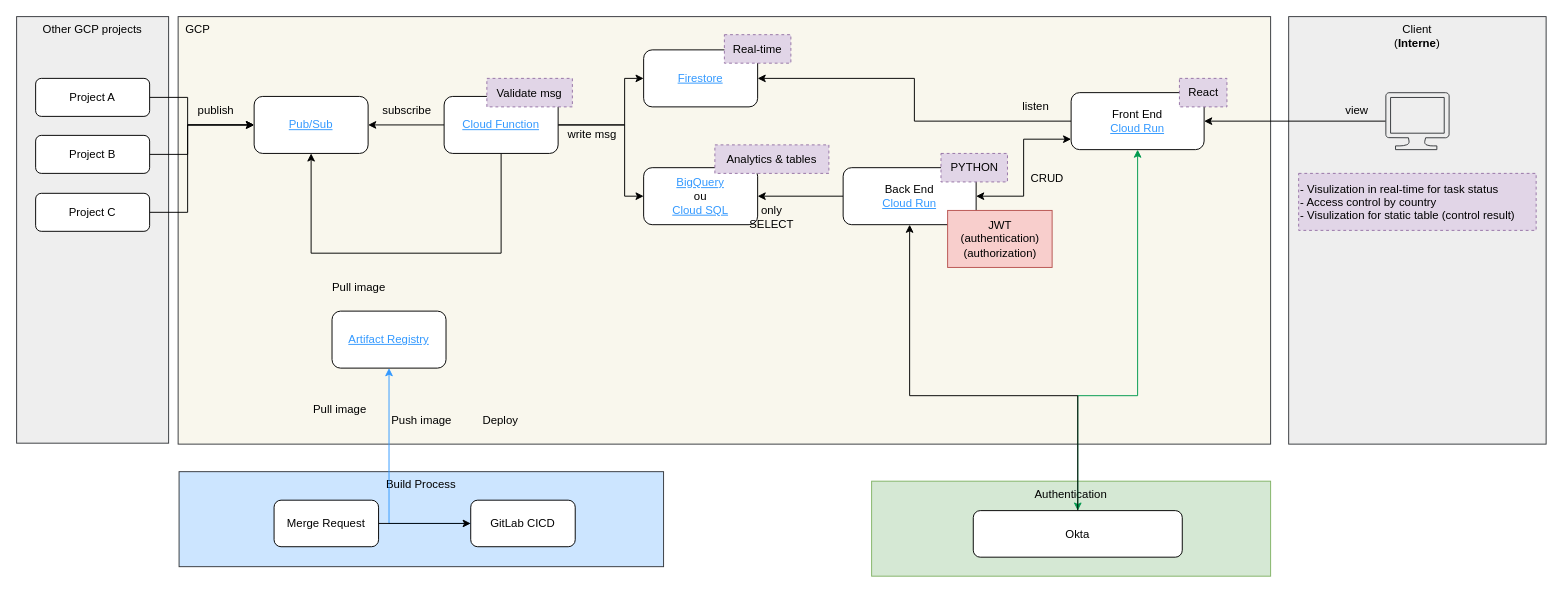
The draw.io diagram suivi_run.drawio in wunyu/drawio, before the edit. Source tidied: cells renumbered, new cells numbered last; positions are measured from the earlier drawing's top-left corner, leaving out a move shared by most shapes. Both pictures are drawn from the tidied source at 95%, with x=0, y=0 at pixel (16, 16).
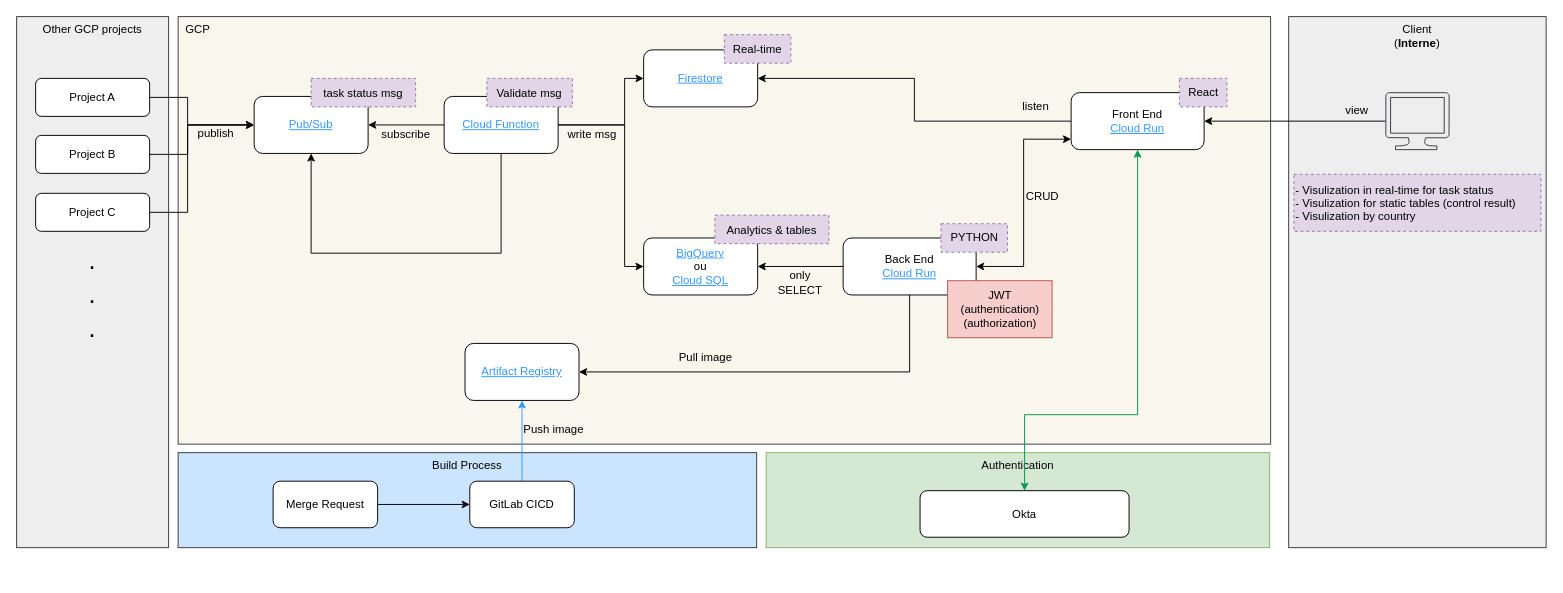
Above is the later version.

Unchanged cells that the change refers to:
```xml
<mxCell id="6" value="Front End&lt;div&gt;&lt;font style=&quot;color: rgb(51, 153, 255);&quot;&gt;&lt;u&gt;Cloud Run&lt;/u&gt;&lt;/font&gt;&lt;/div&gt;" style="rounded=1;whiteSpace=wrap;html=1;" parent="1" vertex="1">
  <mxGeometry x="1110" y="80" width="140" height="60" as="geometry" />
</mxCell>
<mxCell id="33" value="&lt;font color=&quot;#3399ff&quot;&gt;&lt;u&gt;Cloud Function&lt;/u&gt;&lt;/font&gt;" style="rounded=1;whiteSpace=wrap;html=1;" parent="1" vertex="1">
  <mxGeometry x="450" y="84" width="120" height="60" as="geometry" />
</mxCell>
```

The edit, as a diff of the source:
```diff
@@
     <mxCell id="2" value="Authentication" style="whiteSpace=wrap;html=1;verticalAlign=top;fillColor=#d5e8d4;strokeColor=#82b366;" parent="1" vertex="1">
-      <mxGeometry x="900" y="489" width="420" height="100" as="geometry" />
+      <mxGeometry x="789" y="459" width="530" height="100" as="geometry" />
     </mxCell>
@@
     <mxCell id="4" value="Other GCP projects" style="whiteSpace=wrap;html=1;verticalAlign=top;fillColor=#eeeeee;strokeColor=#36393d;" parent="1" vertex="1">
-      <mxGeometry width="160" height="449" as="geometry" />
+      <mxGeometry width="160" height="559" as="geometry" />
     </mxCell>
@@
     <mxCell id="7" style="edgeStyle=orthogonalEdgeStyle;rounded=0;jettySize=auto;html=1;startArrow=classic;startFill=1;strokeColor=#00994D;exitX=0.5;exitY=1;exitDx=0;exitDy=0;" parent="1" edge="1" source="6" target="13">
       <mxGeometry relative="1" as="geometry">
         <Array as="points">
-          <mxPoint x="1180" y="399" />
-          <mxPoint x="1117" y="399" />
+          <mxPoint x="1180" y="419" />
+          <mxPoint x="1061" y="419" />
         </Array>
       </mxGeometry>
     </mxCell>
     <mxCell id="8" style="edgeStyle=orthogonalEdgeStyle;rounded=0;jettySize=auto;html=1;startArrow=classic;startFill=1;" parent="1" edge="1" source="10" target="6">
       <mxGeometry relative="1" as="geometry">
         <Array as="points">
-          <mxPoint x="1060" y="189" />
+          <mxPoint x="1060" y="263" />
           <mxPoint x="1060" y="129" />
         </Array>
       </mxGeometry>
     </mxCell>
@@
+    <mxCell id="54" style="edgeStyle=orthogonalEdgeStyle;rounded=0;jettySize=auto;html=1;entryX=1;entryY=0.5;entryDx=0;entryDy=0;" parent="1" edge="1" source="10" target="18">
+      <mxGeometry relative="1" as="geometry">
+        <Array as="points">
+          <mxPoint x="940" y="374" />
+        </Array>
+      </mxGeometry>
+    </mxCell>
     <mxCell id="10" value="Back End&lt;div&gt;&lt;font style=&quot;color: rgb(51, 153, 255);&quot;&gt;&lt;u&gt;Cloud Run&lt;/u&gt;&lt;/font&gt;&lt;/div&gt;" style="rounded=1;whiteSpace=wrap;html=1;" parent="1" vertex="1">
-      <mxGeometry x="870" y="159" width="140" height="60" as="geometry" />
+      <mxGeometry x="870" y="233" width="140" height="60" as="geometry" />
     </mxCell>
     <mxCell id="11" value="&lt;font style=&quot;color: rgb(51, 153, 255);&quot;&gt;&lt;u&gt;BigQuery&lt;/u&gt;&lt;/font&gt;&lt;div&gt;ou&lt;/div&gt;&lt;div&gt;&lt;font color=&quot;#3399ff&quot;&gt;&lt;u&gt;Cloud SQL&lt;/u&gt;&lt;/font&gt;&lt;/div&gt;" style="rounded=1;whiteSpace=wrap;html=1;" parent="1" vertex="1">
-      <mxGeometry x="660" y="159" width="120" height="60" as="geometry" />
+      <mxGeometry x="660" y="233" width="120" height="60" as="geometry" />
     </mxCell>
-    <mxCell id="12" style="edgeStyle=orthogonalEdgeStyle;rounded=0;jettySize=auto;html=1;entryX=0.5;entryY=1;entryDx=0;entryDy=0;" parent="1" edge="1" source="13" target="10">
-      <mxGeometry relative="1" as="geometry">
-        <Array as="points">
-          <mxPoint x="1117" y="399" />
-          <mxPoint x="940" y="399" />
-        </Array>
-      </mxGeometry>
-    </mxCell>
     <mxCell id="13" value="Okta" style="rounded=1;whiteSpace=wrap;html=1;" parent="1" vertex="1">
-      <mxGeometry x="1007" y="520" width="220" height="49" as="geometry" />
+      <mxGeometry x="951" y="499" width="220" height="49" as="geometry" />
     </mxCell>
@@
     <mxCell id="15" value="Build Process" style="whiteSpace=wrap;html=1;verticalAlign=top;fillColor=#cce5ff;strokeColor=#36393d;" parent="1" vertex="1">
-      <mxGeometry x="171" y="479" width="510" height="100" as="geometry" />
+      <mxGeometry x="170" y="459" width="609" height="100" as="geometry" />
     </mxCell>
     <mxCell id="16" style="edgeStyle=orthogonalEdgeStyle;rounded=0;jettySize=auto;html=1;entryX=0.5;entryY=1;entryDx=0;entryDy=0;strokeColor=#3399FF;" parent="1" edge="1" source="17" target="18">
-      <mxGeometry relative="1" as="geometry" />
+      <mxGeometry relative="1" as="geometry">
+        <Array as="points">
+          <mxPoint x="532" y="419" />
+          <mxPoint x="532" y="419" />
+        </Array>
+      </mxGeometry>
     </mxCell>
     <mxCell id="17" value="GitLab CICD" style="rounded=1;whiteSpace=wrap;html=1;" parent="1" vertex="1">
-      <mxGeometry x="478" y="509" width="110" height="49" as="geometry" />
+      <mxGeometry x="477" y="489" width="110" height="49" as="geometry" />
     </mxCell>
     <mxCell id="18" value="&lt;font style=&quot;color: rgb(51, 153, 255);&quot;&gt;&lt;u&gt;Artifact Registry&lt;/u&gt;&lt;/font&gt;" style="rounded=1;whiteSpace=wrap;html=1;" parent="1" vertex="1">
-      <mxGeometry x="332" y="310" width="120" height="60" as="geometry" />
+      <mxGeometry x="472" y="344" width="120" height="60" as="geometry" />
     </mxCell>
@@
     <mxCell id="20" value="&lt;div style=&quot;text-wrap-mode: wrap;&quot;&gt;PYTHON&lt;/div&gt;" style="text;html=1;align=center;verticalAlign=middle;strokeColor=#9673a6;fillColor=#e1d5e7;dashed=1;" parent="1" vertex="1">
-      <mxGeometry x="973" y="144" width="70" height="30" as="geometry" />
+      <mxGeometry x="973" y="218" width="70" height="30" as="geometry" />
     </mxCell>
-    <mxCell id="21" value="Pull image" style="text;html=1;align=center;verticalAlign=middle;strokeColor=none;fillColor=none;" parent="1" vertex="1">
-      <mxGeometry x="320" y="270" width="80" height="30" as="geometry" />
-    </mxCell>
     <mxCell id="22" value="Pull image" style="text;html=1;align=center;verticalAlign=middle;strokeColor=none;fillColor=none;" parent="1" vertex="1">
-      <mxGeometry x="300" y="399" width="80" height="30" as="geometry" />
+      <mxGeometry x="685" y="344" width="80" height="30" as="geometry" />
     </mxCell>
     <mxCell id="23" value="Push image" style="text;html=1;align=center;verticalAlign=middle;strokeColor=none;fillColor=none;" parent="1" vertex="1">
-      <mxGeometry x="381" y="410" width="90" height="30" as="geometry" />
+      <mxGeometry x="520" y="420" width="90" height="30" as="geometry" />
     </mxCell>
-    <mxCell id="24" value="Deploy" style="text;html=1;align=center;verticalAlign=middle;strokeColor=none;fillColor=none;" parent="1" vertex="1">
-      <mxGeometry x="479" y="410" width="60" height="30" as="geometry" />
-    </mxCell>
@@
     <mxCell id="26" value="Merge Request" style="rounded=1;whiteSpace=wrap;html=1;" parent="1" vertex="1">
-      <mxGeometry x="271" y="509" width="110" height="49" as="geometry" />
+      <mxGeometry x="270" y="489" width="110" height="49" as="geometry" />
     </mxCell>
     <mxCell id="27" value="JWT&lt;div&gt;(authentication)&lt;/div&gt;&lt;div&gt;(authorization)&lt;/div&gt;" style="text;html=1;align=center;verticalAlign=middle;strokeColor=#b85450;fillColor=#f8cecc;" parent="1" vertex="1">
-      <mxGeometry x="980" y="204" width="110" height="60" as="geometry" />
+      <mxGeometry x="980" y="278" width="110" height="60" as="geometry" />
     </mxCell>
@@
     <mxCell id="32" style="edgeStyle=orthogonalEdgeStyle;rounded=0;jettySize=auto;html=1;entryX=0;entryY=0.5;entryDx=0;entryDy=0;" parent="1" edge="1" source="33" target="11">
       <mxGeometry relative="1" as="geometry">
         <Array as="points">
           <mxPoint x="640" y="114" />
-          <mxPoint x="640" y="189" />
+          <mxPoint x="640" y="263" />
         </Array>
       </mxGeometry>
     </mxCell>
@@
     <mxCell id="34" value="Client&lt;br&gt;(&lt;b&gt;Interne&lt;/b&gt;)" style="whiteSpace=wrap;html=1;verticalAlign=top;fillColor=#eeeeee;strokeColor=#36393d;" parent="1" vertex="1">
-      <mxGeometry x="1339" width="271" height="450" as="geometry" />
+      <mxGeometry x="1339" width="271" height="559" as="geometry" />
     </mxCell>
@@
     <mxCell id="44" value="Analytics &amp; tables" style="text;align=center;verticalAlign=middle;strokeColor=#9673a6;fillColor=#e1d5e7;dashed=1;" parent="1" vertex="1">
-      <mxGeometry x="735" y="135" width="120" height="30" as="geometry" />
+      <mxGeometry x="735" y="209" width="120" height="30" as="geometry" />
     </mxCell>
     <mxCell id="45" value="subscribe" style="text;html=1;whiteSpace=wrap;strokeColor=none;fillColor=none;align=center;verticalAlign=middle;rounded=0;" parent="1" vertex="1">
-      <mxGeometry x="381" y="84" width="60" height="30" as="geometry" />
+      <mxGeometry x="380" y="109" width="60" height="30" as="geometry" />
     </mxCell>
     <mxCell id="46" value="CRUD" style="text;html=1;whiteSpace=wrap;strokeColor=none;fillColor=none;align=center;verticalAlign=middle;rounded=0;" parent="1" vertex="1">
-      <mxGeometry x="1055" y="156" width="60" height="30" as="geometry" />
+      <mxGeometry x="1050" y="174" width="60" height="30" as="geometry" />
     </mxCell>
@@
     <mxCell id="48" value="only SELECT" style="text;html=1;whiteSpace=wrap;strokeColor=none;fillColor=none;align=center;verticalAlign=middle;rounded=0;" parent="1" vertex="1">
-      <mxGeometry x="765" y="196" width="60" height="30" as="geometry" />
+      <mxGeometry x="795" y="264.5" width="60" height="30" as="geometry" />
     </mxCell>
@@
-    <mxCell id="51" value="- Visulization in real-time for task status&#10;- Access control by country&#10;- Visulization for static table (control result)" style="text;align=left;verticalAlign=middle;strokeColor=#9673a6;fillColor=#e1d5e7;dashed=1;" parent="1" vertex="1">
-      <mxGeometry x="1349.5" y="165" width="250" height="60" as="geometry" />
+    <mxCell id="51" value="- Visulization in real-time for task status&#10;- Visulization for static tables (control result)&#10;- Visulization by country" style="text;align=left;verticalAlign=middle;strokeColor=#9673a6;fillColor=#e1d5e7;dashed=1;" parent="1" vertex="1">
+      <mxGeometry x="1344.5" y="166" width="260" height="60" as="geometry" />
     </mxCell>
@@
     <mxCell id="53" value="publish" style="text;html=1;whiteSpace=wrap;strokeColor=none;fillColor=none;align=center;verticalAlign=middle;rounded=0;" parent="1" vertex="1">
-      <mxGeometry x="180" y="84" width="60" height="30" as="geometry" />
+      <mxGeometry x="180" y="108" width="60" height="30" as="geometry" />
     </mxCell>
+    <mxCell id="55" value="task status msg" style="text;align=center;verticalAlign=middle;strokeColor=#9673a6;fillColor=#e1d5e7;dashed=1;" parent="1" vertex="1">
+      <mxGeometry x="310" y="65" width="110" height="30" as="geometry" />
+    </mxCell>
+    <mxCell id="56" value="." style="text;html=1;whiteSpace=wrap;strokeColor=none;fillColor=none;align=center;verticalAlign=middle;rounded=0;fontSize=27;" parent="1" vertex="1">
+      <mxGeometry x="50" y="242" width="60" height="30" as="geometry" />
+    </mxCell>
+    <mxCell id="57" value="." style="text;html=1;whiteSpace=wrap;strokeColor=none;fillColor=none;align=center;verticalAlign=middle;rounded=0;fontSize=27;" parent="1" vertex="1">
+      <mxGeometry x="50" y="278" width="60" height="30" as="geometry" />
+    </mxCell>
+    <mxCell id="58" value="." style="text;html=1;whiteSpace=wrap;strokeColor=none;fillColor=none;align=center;verticalAlign=middle;rounded=0;fontSize=27;" parent="1" vertex="1">
+      <mxGeometry x="50" y="314" width="60" height="30" as="geometry" />
+    </mxCell>
```
